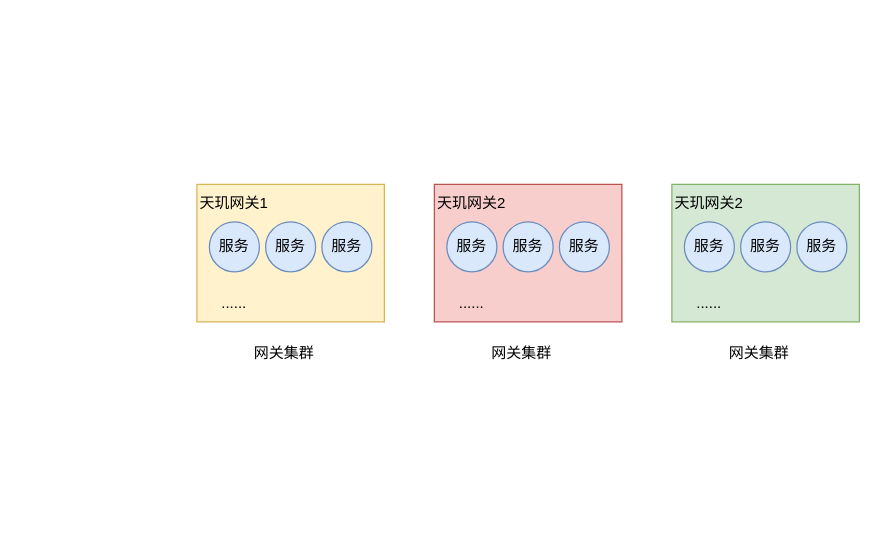
This is page "第 1 页" (1 of 2) of 未命名绘图.drawio from wujinzhe/change-observer, a draw.io file, before an edit. Source tidied: cells renumbered, new cells numbered last; positions are measured from the earlier drawing's top-left corner, leaving out a move shared by most shapes. Both pictures are drawn from the tidied source at 125%, with x=0, y=0 at pixel (196, 184).
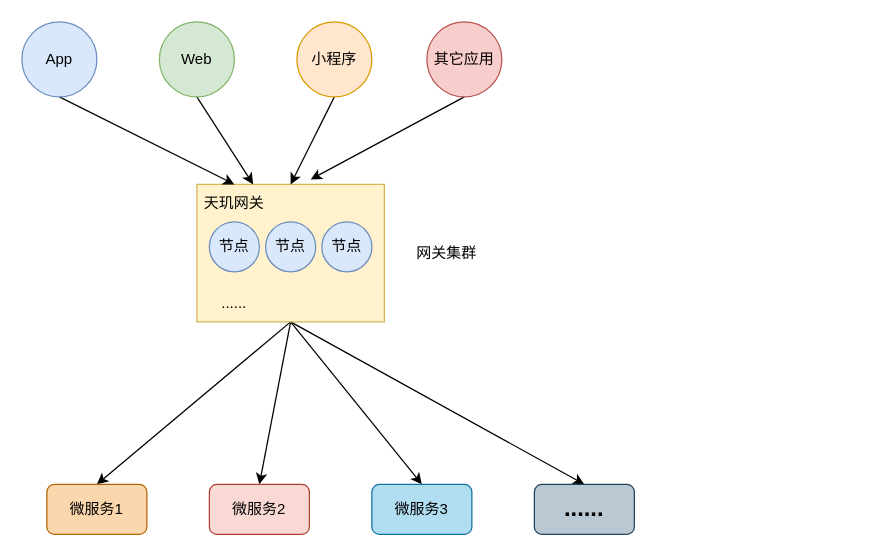
After the change.

Commit message:
更新未命名绘图.drawio

Unchanged cells that the change refers to:
```xml
<mxCell id="2" style="rounded=0;whiteSpace=wrap;html=1;fillColor=#fff2cc;strokeColor=#d6b656;" parent="1" vertex="1">
  <mxGeometry width="150" height="110" as="geometry" />
</mxCell>
```

What changed in the source:
```diff
@@
+    <mxCell id="23" style="rounded=0;jettySize=auto;html=1;exitX=0.5;exitY=1;exitDx=0;exitDy=0;entryX=0.5;entryY=0;entryDx=0;entryDy=0;" parent="1" edge="1" source="2" target="35">
+      <mxGeometry relative="1" as="geometry" />
+    </mxCell>
+    <mxCell id="24" style="rounded=0;jettySize=auto;html=1;exitX=0.5;exitY=1;exitDx=0;exitDy=0;entryX=0.5;entryY=0;entryDx=0;entryDy=0;" parent="1" edge="1" source="2" target="36">
+      <mxGeometry relative="1" as="geometry" />
+    </mxCell>
+    <mxCell id="25" style="rounded=0;jettySize=auto;html=1;exitX=0.5;exitY=1;exitDx=0;exitDy=0;entryX=0.5;entryY=0;entryDx=0;entryDy=0;" parent="1" edge="1" source="2" target="37">
+      <mxGeometry relative="1" as="geometry" />
+    </mxCell>
+    <mxCell id="26" style="rounded=0;jettySize=auto;html=1;exitX=0.5;exitY=1;exitDx=0;exitDy=0;entryX=0.5;entryY=0;entryDx=0;entryDy=0;" parent="1" edge="1" source="2" target="38">
+      <mxGeometry relative="1" as="geometry" />
+    </mxCell>
@@
-    <mxCell id="3" value="天玑网关1" style="text;html=1;strokeColor=none;fillColor=none;align=center;verticalAlign=middle;whiteSpace=wrap;rounded=0;" parent="1" vertex="1">
+    <mxCell id="3" value="天玑网关" style="text;html=1;strokeColor=none;fillColor=none;align=center;verticalAlign=middle;whiteSpace=wrap;rounded=0;" parent="1" vertex="1">
       <mxGeometry width="60" height="30" as="geometry" />
     </mxCell>
     <mxCell id="4" value="网关集群" style="text;html=1;strokeColor=none;fillColor=none;align=center;verticalAlign=middle;whiteSpace=wrap;rounded=0;" parent="1" vertex="1">
-      <mxGeometry x="40" y="120" width="60" height="30" as="geometry" />
+      <mxGeometry x="170" y="40" width="60" height="30" as="geometry" />
     </mxCell>
-    <mxCell id="5" value="服务" style="ellipse;whiteSpace=wrap;html=1;fillColor=#dae8fc;strokeColor=#6c8ebf;" parent="1" vertex="1">
+    <mxCell id="5" value="节点" style="ellipse;whiteSpace=wrap;html=1;fillColor=#dae8fc;strokeColor=#6c8ebf;" parent="1" vertex="1">
       <mxGeometry x="10" y="30" width="40" height="40" as="geometry" />
     </mxCell>
-    <mxCell id="6" value="服务" style="ellipse;whiteSpace=wrap;html=1;fillColor=#dae8fc;strokeColor=#6c8ebf;" parent="1" vertex="1">
+    <mxCell id="6" value="节点" style="ellipse;whiteSpace=wrap;html=1;fillColor=#dae8fc;strokeColor=#6c8ebf;" parent="1" vertex="1">
       <mxGeometry x="55" y="30" width="40" height="40" as="geometry" />
     </mxCell>
-    <mxCell id="7" value="服务" style="ellipse;whiteSpace=wrap;html=1;fillColor=#dae8fc;strokeColor=#6c8ebf;" parent="1" vertex="1">
+    <mxCell id="7" value="节点" style="ellipse;whiteSpace=wrap;html=1;fillColor=#dae8fc;strokeColor=#6c8ebf;" parent="1" vertex="1">
       <mxGeometry x="100" y="30" width="40" height="40" as="geometry" />
     </mxCell>
@@
-    <mxCell id="9" style="rounded=0;whiteSpace=wrap;html=1;fillColor=#f8cecc;strokeColor=#b85450;" parent="1" vertex="1">
-      <mxGeometry x="190" width="150" height="110" as="geometry" />
-    </mxCell>
-    <mxCell id="10" value="天玑网关2" style="text;html=1;strokeColor=none;fillColor=none;align=center;verticalAlign=middle;whiteSpace=wrap;rounded=0;" parent="1" vertex="1">
-      <mxGeometry x="190" width="60" height="30" as="geometry" />
-    </mxCell>
-    <mxCell id="11" value="网关集群" style="text;html=1;strokeColor=none;fillColor=none;align=center;verticalAlign=middle;whiteSpace=wrap;rounded=0;" parent="1" vertex="1">
-      <mxGeometry x="230" y="120" width="60" height="30" as="geometry" />
-    </mxCell>
-    <mxCell id="12" value="服务" style="ellipse;whiteSpace=wrap;html=1;fillColor=#dae8fc;strokeColor=#6c8ebf;" parent="1" vertex="1">
-      <mxGeometry x="200" y="30" width="40" height="40" as="geometry" />
-    </mxCell>
-    <mxCell id="13" value="服务" style="ellipse;whiteSpace=wrap;html=1;fillColor=#dae8fc;strokeColor=#6c8ebf;" parent="1" vertex="1">
-      <mxGeometry x="245" y="30" width="40" height="40" as="geometry" />
-    </mxCell>
-    <mxCell id="14" value="服务" style="ellipse;whiteSpace=wrap;html=1;fillColor=#dae8fc;strokeColor=#6c8ebf;" parent="1" vertex="1">
-      <mxGeometry x="290" y="30" width="40" height="40" as="geometry" />
-    </mxCell>
-    <mxCell id="15" value="......" style="text;html=1;strokeColor=none;fillColor=none;align=center;verticalAlign=middle;whiteSpace=wrap;rounded=0;" parent="1" vertex="1">
-      <mxGeometry x="190" y="80" width="60" height="30" as="geometry" />
-    </mxCell>
-    <mxCell id="16" style="rounded=0;whiteSpace=wrap;html=1;fillColor=#d5e8d4;strokeColor=#82b366;" parent="1" vertex="1">
-      <mxGeometry x="380" width="150" height="110" as="geometry" />
-    </mxCell>
-    <mxCell id="17" value="天玑网关2" style="text;html=1;strokeColor=none;fillColor=none;align=center;verticalAlign=middle;whiteSpace=wrap;rounded=0;" parent="1" vertex="1">
-      <mxGeometry x="380" width="60" height="30" as="geometry" />
-    </mxCell>
-    <mxCell id="18" value="网关集群" style="text;html=1;strokeColor=none;fillColor=none;align=center;verticalAlign=middle;whiteSpace=wrap;rounded=0;" parent="1" vertex="1">
-      <mxGeometry x="420" y="120" width="60" height="30" as="geometry" />
-    </mxCell>
-    <mxCell id="19" value="服务" style="ellipse;whiteSpace=wrap;html=1;fillColor=#dae8fc;strokeColor=#6c8ebf;" parent="1" vertex="1">
-      <mxGeometry x="390" y="30" width="40" height="40" as="geometry" />
-    </mxCell>
-    <mxCell id="20" value="服务" style="ellipse;whiteSpace=wrap;html=1;fillColor=#dae8fc;strokeColor=#6c8ebf;" parent="1" vertex="1">
-      <mxGeometry x="435" y="30" width="40" height="40" as="geometry" />
-    </mxCell>
-    <mxCell id="21" value="服务" style="ellipse;whiteSpace=wrap;html=1;fillColor=#dae8fc;strokeColor=#6c8ebf;" parent="1" vertex="1">
-      <mxGeometry x="480" y="30" width="40" height="40" as="geometry" />
-    </mxCell>
-    <mxCell id="22" value="......" style="text;html=1;strokeColor=none;fillColor=none;align=center;verticalAlign=middle;whiteSpace=wrap;rounded=0;" parent="1" vertex="1">
-      <mxGeometry x="380" y="80" width="60" height="30" as="geometry" />
-    </mxCell>
+    <mxCell id="27" style="rounded=0;jettySize=auto;html=1;exitX=0.5;exitY=1;exitDx=0;exitDy=0;entryX=0.5;entryY=0;entryDx=0;entryDy=0;" parent="1" edge="1" source="28" target="3">
+      <mxGeometry relative="1" as="geometry" />
+    </mxCell>
+    <mxCell id="28" value="App" style="ellipse;whiteSpace=wrap;html=1;fillColor=#dae8fc;strokeColor=#6c8ebf;" parent="1" vertex="1">
+      <mxGeometry x="-140" y="-130" width="60" height="60" as="geometry" />
+    </mxCell>
+    <mxCell id="29" style="rounded=0;jettySize=auto;html=1;exitX=0.5;exitY=1;exitDx=0;exitDy=0;entryX=0.75;entryY=0;entryDx=0;entryDy=0;" parent="1" edge="1" source="30" target="3">
+      <mxGeometry relative="1" as="geometry" />
+    </mxCell>
+    <mxCell id="30" value="Web" style="ellipse;whiteSpace=wrap;html=1;fillColor=#d5e8d4;strokeColor=#82b366;" parent="1" vertex="1">
+      <mxGeometry x="-30" y="-130" width="60" height="60" as="geometry" />
+    </mxCell>
+    <mxCell id="31" style="rounded=0;jettySize=auto;html=1;exitX=0.5;exitY=1;exitDx=0;exitDy=0;entryX=0.5;entryY=0;entryDx=0;entryDy=0;" parent="1" edge="1" source="32" target="2">
+      <mxGeometry relative="1" as="geometry" />
+    </mxCell>
+    <mxCell id="32" value="小程序" style="ellipse;whiteSpace=wrap;html=1;fillColor=#ffe6cc;strokeColor=#d79b00;" parent="1" vertex="1">
+      <mxGeometry x="80" y="-130" width="60" height="60" as="geometry" />
+    </mxCell>
+    <mxCell id="33" style="rounded=0;jettySize=auto;html=1;exitX=0.5;exitY=1;exitDx=0;exitDy=0;entryX=0.607;entryY=-0.036;entryDx=0;entryDy=0;entryPerimeter=0;" parent="1" edge="1" source="34" target="2">
+      <mxGeometry relative="1" as="geometry" />
+    </mxCell>
+    <mxCell id="34" value="其它应用" style="ellipse;whiteSpace=wrap;html=1;fillColor=#f8cecc;strokeColor=#b85450;" parent="1" vertex="1">
+      <mxGeometry x="184" y="-130" width="60" height="60" as="geometry" />
+    </mxCell>
+    <mxCell id="35" value="微服务1" style="rounded=1;whiteSpace=wrap;html=1;fillColor=#fad7ac;strokeColor=#b46504;" parent="1" vertex="1">
+      <mxGeometry x="-120" y="240" width="80" height="40" as="geometry" />
+    </mxCell>
+    <mxCell id="36" value="微服务2" style="rounded=1;whiteSpace=wrap;html=1;fillColor=#fad9d5;strokeColor=#ae4132;" parent="1" vertex="1">
+      <mxGeometry x="10" y="240" width="80" height="40" as="geometry" />
+    </mxCell>
+    <mxCell id="37" value="微服务3" style="rounded=1;whiteSpace=wrap;html=1;fillColor=#b1ddf0;strokeColor=#10739e;" parent="1" vertex="1">
+      <mxGeometry x="140" y="240" width="80" height="40" as="geometry" />
+    </mxCell>
+    <mxCell id="38" value="&lt;font style=&quot;font-size: 19px;&quot;&gt;&lt;b&gt;......&lt;/b&gt;&lt;/font&gt;" style="rounded=1;whiteSpace=wrap;html=1;fillColor=#bac8d3;strokeColor=#23445d;" parent="1" vertex="1">
+      <mxGeometry x="270" y="240" width="80" height="40" as="geometry" />
+    </mxCell>
```
